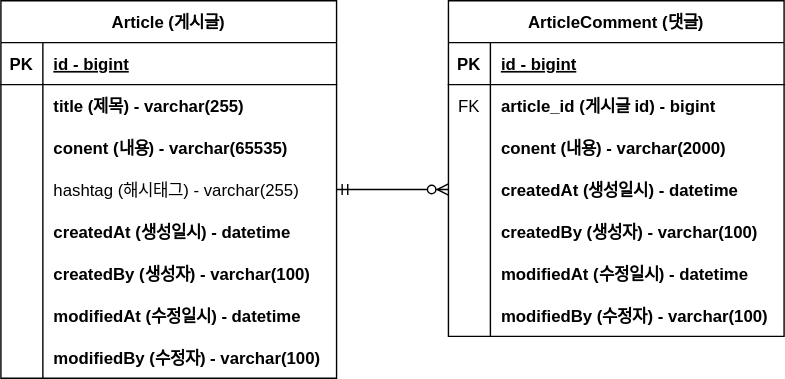
The draw.io diagram document/project-board-erd.svg in NaJung5/fastcampus-board-project, before a commit. Source tidied: cells renumbered, new cells last; positions are measured from the earlier drawing's top-left corner, leaving out a move shared by most shapes.
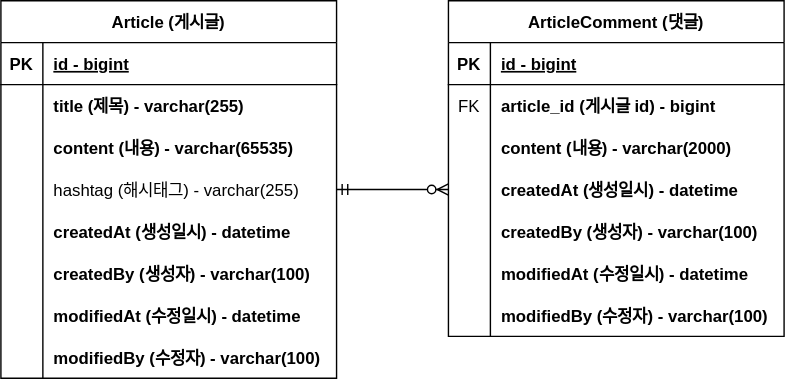
After the change.

Commit message:
#8 - 오타수정 : project-board-erd.svg 업데이트

The edit, as a diff of the source:
```diff
@@ -29,7 +29,7 @@
     <mxCell id="10" style="shape=partialRectangle;overflow=hidden;fillColor=none;top=0;left=0;bottom=0;right=0;" parent="9" vertex="1">
       <mxGeometry width="30" height="30" as="geometry" />
     </mxCell>
-    <mxCell id="11" value="conent (내용) - varchar(65535)" style="shape=partialRectangle;overflow=hidden;fillColor=none;top=0;left=0;bottom=0;right=0;align=left;spacingLeft=6;fontStyle=1;" parent="9" vertex="1">
+    <mxCell id="11" value="content (내용) - varchar(65535)" style="shape=partialRectangle;overflow=hidden;fillColor=none;top=0;left=0;bottom=0;right=0;align=left;spacingLeft=6;fontStyle=1;" parent="9" vertex="1">
       <mxGeometry x="30" width="210" height="30" as="geometry" />
     </mxCell>
     <mxCell id="12" style="shape=partialRectangle;fillColor=none;points=[[0,0.5],[1,0.5]];portConstraint=eastwest;top=0;left=0;right=0;bottom=0;" parent="2" vertex="1">
@@ -104,7 +104,7 @@
     <mxCell id="35" style="shape=partialRectangle;overflow=hidden;fillColor=none;top=0;left=0;bottom=0;right=0;" parent="34" vertex="1">
       <mxGeometry width="30" height="30" as="geometry" />
     </mxCell>
-    <mxCell id="36" value="conent (내용) - varchar(2000)" style="shape=partialRectangle;overflow=hidden;fillColor=none;top=0;left=0;bottom=0;right=0;align=left;spacingLeft=6;fontStyle=1;" parent="34" vertex="1">
+    <mxCell id="36" value="content (내용) - varchar(2000)" style="shape=partialRectangle;overflow=hidden;fillColor=none;top=0;left=0;bottom=0;right=0;align=left;spacingLeft=6;fontStyle=1;" parent="34" vertex="1">
       <mxGeometry x="30" width="210" height="30" as="geometry" />
     </mxCell>
     <mxCell id="37" style="shape=partialRectangle;fillColor=none;points=[[0,0.5],[1,0.5]];portConstraint=eastwest;top=0;left=0;right=0;bottom=0;" parent="27" vertex="1">
```
